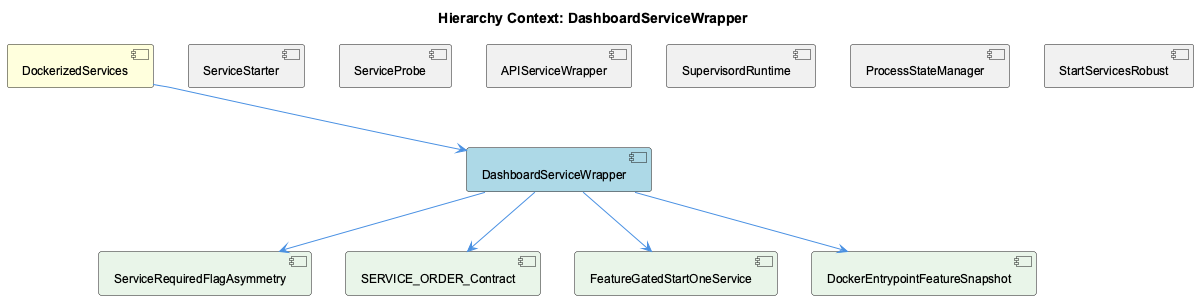
Earlier version of the PlantUML export knowledge-management/insights/images/dashboard-service-wrapper-relationship.png (fwornle/coding). Source of this version:
```plantuml
@startuml
!include _standard-style.puml

title Hierarchy Context: DashboardServiceWrapper

[DockerizedServices] as dockerized_services #FFFFDD
[DashboardServiceWrapper] as dashboard_service_wrapper #LightBlue
[ServiceStarter] as service_starter #F0F0F0
[ServiceProbe] as service_probe #F0F0F0
[APIServiceWrapper] as apiservice_wrapper #F0F0F0
[SupervisordRuntime] as supervisord_runtime #F0F0F0
[ProcessStateManager] as process_state_manager #F0F0F0
[StartServicesRobust] as start_services_robust #F0F0F0
[ServiceRequiredFlagAsymmetry] as service_required_flag_asymmetry #E8F5E8
[SERVICE_ORDER_Contract] as service_order_contract #E8F5E8
[FeatureGatedStartOneService] as feature_gated_start_one_service #E8F5E8
[DockerEntrypointFeatureSnapshot] as docker_entrypoint_feature_snapshot #E8F5E8

dockerized_services --> dashboard_service_wrapper
service_starter -[hidden]- dashboard_service_wrapper
service_probe -[hidden]- dashboard_service_wrapper
apiservice_wrapper -[hidden]- dashboard_service_wrapper
supervisord_runtime -[hidden]- dashboard_service_wrapper
process_state_manager -[hidden]- dashboard_service_wrapper
start_services_robust -[hidden]- dashboard_service_wrapper
dashboard_service_wrapper --> service_required_flag_asymmetry
dashboard_service_wrapper --> service_order_contract
dashboard_service_wrapper --> feature_gated_start_one_service
dashboard_service_wrapper --> docker_entrypoint_feature_snapshot

@enduml
```
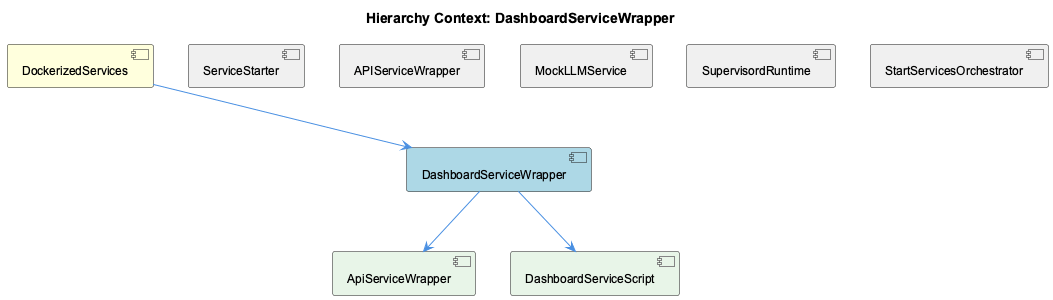
The same file after the commit.

Change to the diagram source:
```diff
@@ -6,26 +6,20 @@
 [DockerizedServices] as dockerized_services #FFFFDD
 [DashboardServiceWrapper] as dashboard_service_wrapper #LightBlue
 [ServiceStarter] as service_starter #F0F0F0
-[ServiceProbe] as service_probe #F0F0F0
 [APIServiceWrapper] as apiservice_wrapper #F0F0F0
+[MockLLMService] as mock_llmservice #F0F0F0
 [SupervisordRuntime] as supervisord_runtime #F0F0F0
-[ProcessStateManager] as process_state_manager #F0F0F0
-[StartServicesRobust] as start_services_robust #F0F0F0
-[ServiceRequiredFlagAsymmetry] as service_required_flag_asymmetry #E8F5E8
-[SERVICE_ORDER_Contract] as service_order_contract #E8F5E8
-[FeatureGatedStartOneService] as feature_gated_start_one_service #E8F5E8
-[DockerEntrypointFeatureSnapshot] as docker_entrypoint_feature_snapshot #E8F5E8
+[StartServicesOrchestrator] as start_services_orchestrator #F0F0F0
+[ApiServiceWrapper] as api_service_wrapper #E8F5E8
+[DashboardServiceScript] as dashboard_service_script #E8F5E8
 
 dockerized_services --> dashboard_service_wrapper
 service_starter -[hidden]- dashboard_service_wrapper
-service_probe -[hidden]- dashboard_service_wrapper
 apiservice_wrapper -[hidden]- dashboard_service_wrapper
+mock_llmservice -[hidden]- dashboard_service_wrapper
 supervisord_runtime -[hidden]- dashboard_service_wrapper
-process_state_manager -[hidden]- dashboard_service_wrapper
-start_services_robust -[hidden]- dashboard_service_wrapper
-dashboard_service_wrapper --> service_required_flag_asymmetry
-dashboard_service_wrapper --> service_order_contract
-dashboard_service_wrapper --> feature_gated_start_one_service
-dashboard_service_wrapper --> docker_entrypoint_feature_snapshot
+start_services_orchestrator -[hidden]- dashboard_service_wrapper
+dashboard_service_wrapper --> api_service_wrapper
+dashboard_service_wrapper --> dashboard_service_script
 
 @enduml
```
